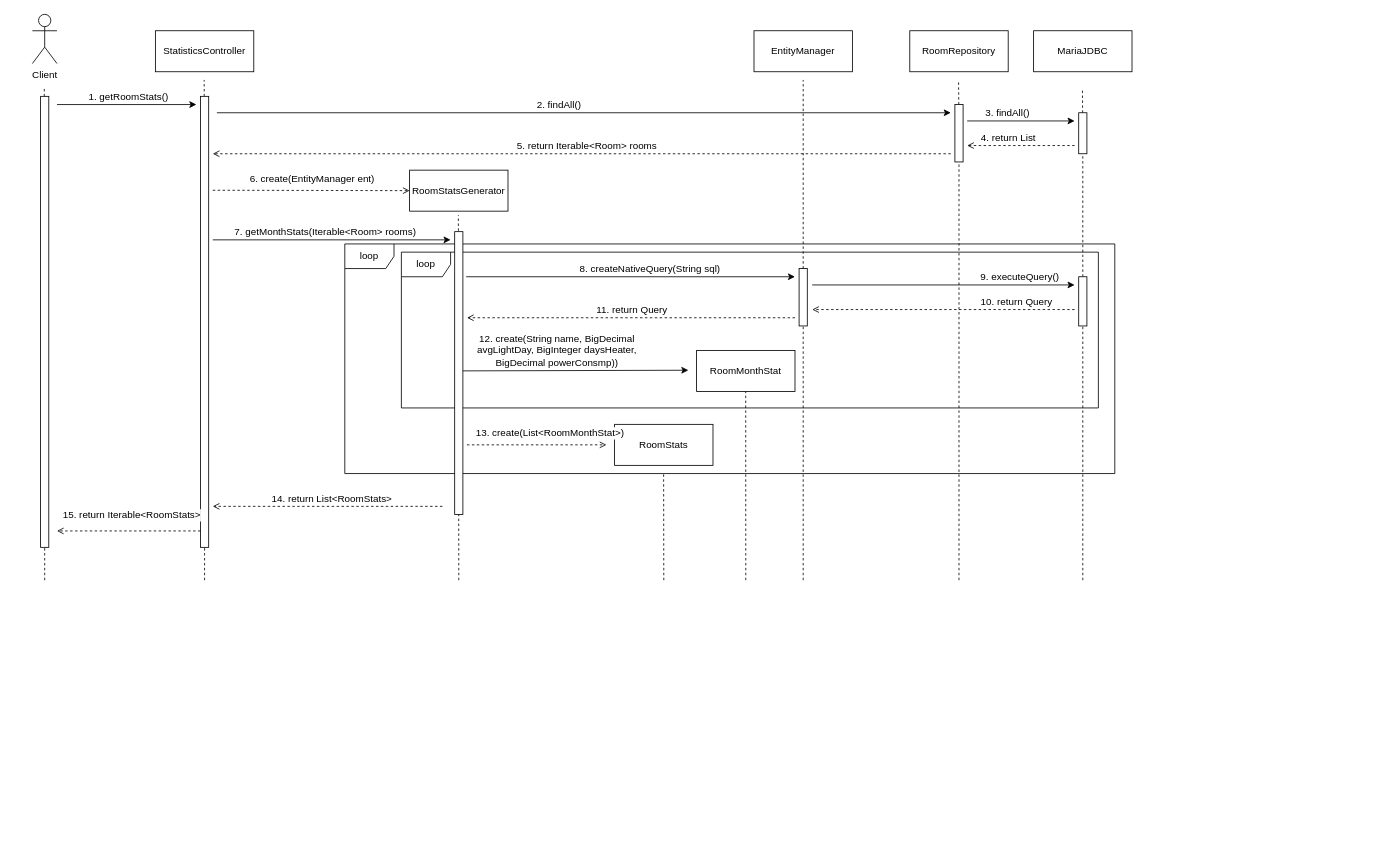
Before: doc/design_sequence_diagram.drawio in torar9/swinz-projekt, a draw.io diagram. Source tidied: cells renumbered, new cells numbered last; positions are measured from the earlier drawing's top-left corner, leaving out a move shared by most shapes. Both pictures are drawn from the tidied source at 82%, with x=0, y=0 at pixel (32, 14).
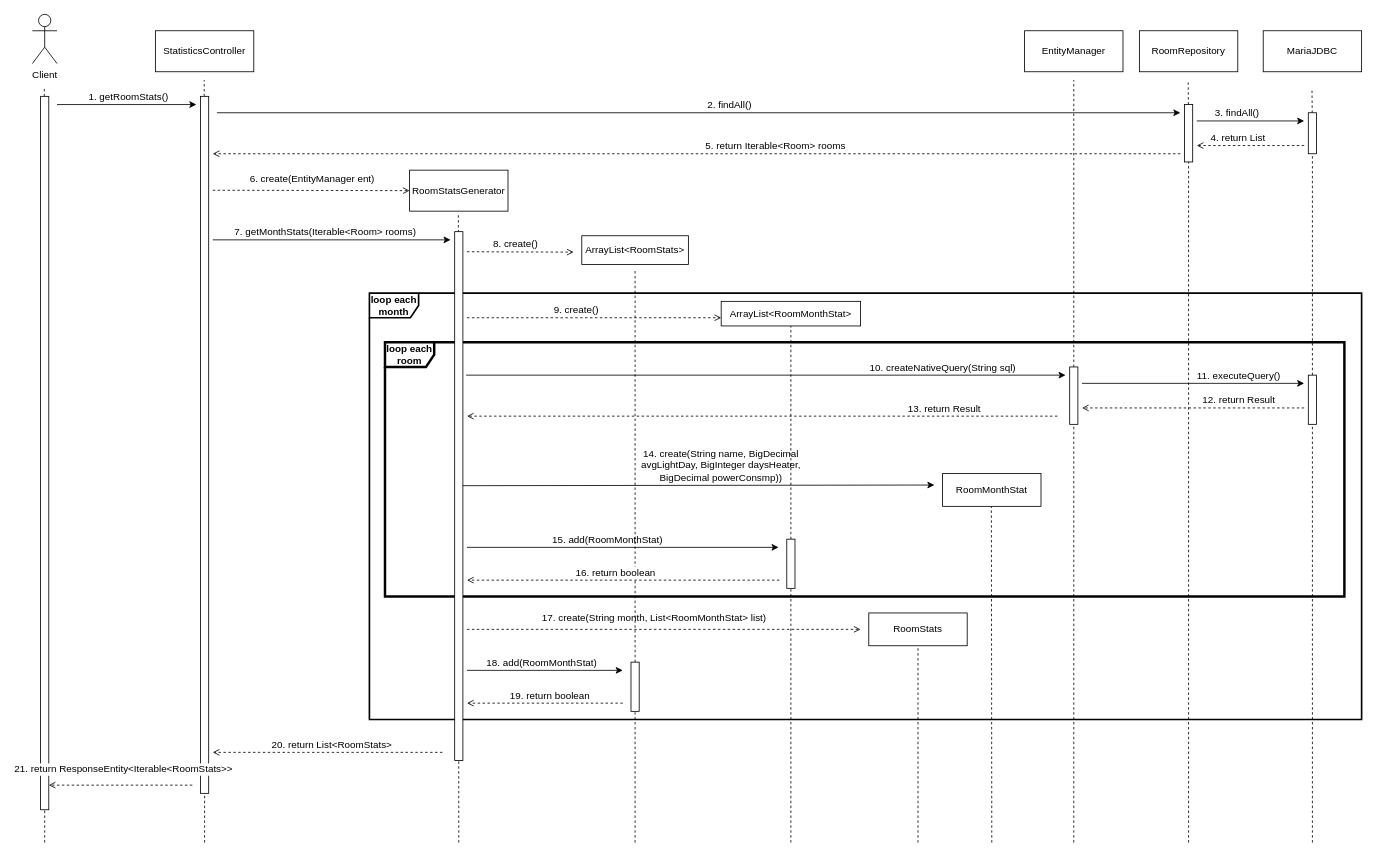
After the change.

Commit message (it also covers changes not shown here):
class diagram changed

Diff of the diagram source:
```diff
@@
+    <mxCell id="3" value="&lt;b&gt;loop each room&lt;/b&gt;" style="shape=umlFrame;whiteSpace=wrap;html=1;strokeWidth=3;" parent="1" vertex="1">
+      <mxGeometry x="430" y="400" width="1170" height="310" as="geometry" />
+    </mxCell>
-    <mxCell id="2" value="loop" style="shape=umlFrame;whiteSpace=wrap;html=1;" parent="1" vertex="1">
-      <mxGeometry x="381" y="280" width="939" height="280" as="geometry" />
+    <mxCell id="2" value="&lt;b&gt;loop each month&lt;/b&gt;" style="shape=umlFrame;whiteSpace=wrap;html=1;strokeWidth=2;" parent="1" vertex="1">
+      <mxGeometry x="411" y="340" width="1210" height="520" as="geometry" />
     </mxCell>
-    <mxCell id="3" value="loop" style="shape=umlFrame;whiteSpace=wrap;html=1;" parent="1" vertex="1">
-      <mxGeometry x="450" y="290" width="850" height="190" as="geometry" />
-    </mxCell>
@@
     <mxCell id="6" style="rounded=0;whiteSpace=wrap;html=1;" parent="1" vertex="1">
-      <mxGeometry x="10" y="100" width="10" height="550" as="geometry" />
+      <mxGeometry x="10" y="100" width="10" height="870" as="geometry" />
     </mxCell>
     <mxCell id="7" style="endArrow=none;dashed=1;html=1;" parent="1" edge="1" target="6">
       <mxGeometry relative="1" as="geometry">
-        <mxPoint x="15" y="690" as="sourcePoint" />
+        <mxPoint x="15" y="1010" as="sourcePoint" />
       </mxGeometry>
     </mxCell>
@@
     <mxCell id="13" style="rounded=0;whiteSpace=wrap;html=1;" parent="1" vertex="1">
-      <mxGeometry x="205" y="100" width="10" height="550" as="geometry" />
+      <mxGeometry x="205" y="100" width="10" height="850" as="geometry" />
     </mxCell>
     <mxCell id="14" style="endArrow=none;dashed=1;html=1;" parent="1" edge="1" target="13">
       <mxGeometry relative="1" as="geometry">
-        <mxPoint x="210" y="690" as="sourcePoint" />
+        <mxPoint x="210" y="1010" as="sourcePoint" />
       </mxGeometry>
     </mxCell>
@@
     <mxCell id="17" value="RoomRepository" style="rounded=0;whiteSpace=wrap;html=1;fontSize=12;" parent="1" vertex="1">
-      <mxGeometry x="1070" y="20" width="120" height="50" as="geometry" />
+      <mxGeometry x="1350" y="20" width="120" height="50" as="geometry" />
     </mxCell>
     <mxCell id="18" style="endArrow=none;dashed=1;html=1;fontSize=12;" parent="1" edge="1">
       <mxGeometry relative="1" as="geometry">
-        <mxPoint x="520" y="690" as="sourcePoint" />
+        <mxPoint x="520" y="1010" as="sourcePoint" />
         <mxPoint x="519.5" y="245" as="targetPoint" />
       </mxGeometry>
     </mxCell>
     <mxCell id="19" style="endArrow=classic;html=1;fontSize=12;" parent="1" edge="1">
       <mxGeometry relative="1" as="geometry">
         <mxPoint x="225" y="120" as="sourcePoint" />
-        <mxPoint x="1120" y="120" as="targetPoint" />
+        <mxPoint x="1400" y="120" as="targetPoint" />
       </mxGeometry>
     </mxCell>
@@
     <mxCell id="21" style="endArrow=none;dashed=1;html=1;" parent="1" edge="1" source="22">
       <mxGeometry relative="1" as="geometry">
-        <mxPoint x="1129.5" y="80" as="targetPoint" />
+        <mxPoint x="1409.5" y="80" as="targetPoint" />
       </mxGeometry>
     </mxCell>
     <mxCell id="22" style="rounded=0;whiteSpace=wrap;html=1;" parent="1" vertex="1">
-      <mxGeometry x="1125" y="110" width="10" height="70" as="geometry" />
+      <mxGeometry x="1405" y="110" width="10" height="70" as="geometry" />
     </mxCell>
     <mxCell id="23" style="endArrow=none;dashed=1;html=1;" parent="1" edge="1" target="22">
       <mxGeometry relative="1" as="geometry">
-        <mxPoint x="1130" y="690" as="sourcePoint" />
+        <mxPoint x="1410" y="1010" as="sourcePoint" />
       </mxGeometry>
     </mxCell>
     <mxCell id="24" style="endArrow=open;dashed=1;html=1;fontSize=12;endFill=0;" parent="1" edge="1">
       <mxGeometry relative="1" as="geometry">
-        <mxPoint x="1120" y="170" as="sourcePoint" />
+        <mxPoint x="1400" y="170" as="sourcePoint" />
         <mxPoint x="220" y="170" as="targetPoint" />
       </mxGeometry>
     </mxCell>
@@
     <mxCell id="26" style="rounded=0;whiteSpace=wrap;html=1;fontSize=12;" parent="1" vertex="1">
-      <mxGeometry x="515" y="265" width="10" height="345" as="geometry" />
+      <mxGeometry x="515" y="265" width="10" height="645" as="geometry" />
     </mxCell>
@@
     <mxCell id="29" value="MariaJDBC" style="rounded=0;whiteSpace=wrap;html=1;fontSize=12;" parent="1" vertex="1">
-      <mxGeometry x="1221" y="20" width="120" height="50" as="geometry" />
+      <mxGeometry x="1501" y="20" width="120" height="50" as="geometry" />
     </mxCell>
     <mxCell id="30" style="endArrow=none;dashed=1;html=1;fontSize=12;" parent="1" edge="1" source="35">
       <mxGeometry relative="1" as="geometry">
-        <mxPoint x="1280.5" y="90" as="targetPoint" />
+        <mxPoint x="1560.5" y="90" as="targetPoint" />
       </mxGeometry>
     </mxCell>
     <mxCell id="31" style="endArrow=classic;html=1;fontSize=12;" parent="1" edge="1">
       <mxGeometry relative="1" as="geometry">
-        <mxPoint x="1140" y="130" as="sourcePoint" />
-        <mxPoint x="1271" y="130" as="targetPoint" />
+        <mxPoint x="1420" y="130" as="sourcePoint" />
+        <mxPoint x="1551" y="130" as="targetPoint" />
       </mxGeometry>
     </mxCell>
@@
     <mxCell id="33" style="endArrow=open;dashed=1;html=1;fontSize=12;endFill=0;" parent="1" edge="1">
       <mxGeometry relative="1" as="geometry">
-        <mxPoint x="1271" y="160" as="sourcePoint" />
-        <mxPoint x="1140" y="160" as="targetPoint" />
+        <mxPoint x="1551" y="160" as="sourcePoint" />
+        <mxPoint x="1420" y="160" as="targetPoint" />
       </mxGeometry>
     </mxCell>
@@
     <mxCell id="35" style="rounded=0;whiteSpace=wrap;html=1;fontSize=12;" parent="1" vertex="1">
-      <mxGeometry x="1276" y="120" width="10" height="50" as="geometry" />
+      <mxGeometry x="1556" y="120" width="10" height="50" as="geometry" />
     </mxCell>
@@
     <mxCell id="37" value="EntityManager" style="rounded=0;whiteSpace=wrap;html=1;fontSize=12;" parent="1" vertex="1">
-      <mxGeometry x="880" y="20" width="120" height="50" as="geometry" />
+      <mxGeometry x="1210" y="20" width="120" height="50" as="geometry" />
     </mxCell>
     <mxCell id="38" style="endArrow=classic;html=1;fontSize=12;" parent="1" edge="1">
       <mxGeometry relative="1" as="geometry">
-        <mxPoint x="529" y="320" as="sourcePoint" />
-        <mxPoint x="930" y="320" as="targetPoint" />
+        <mxPoint x="529" y="440" as="sourcePoint" />
+        <mxPoint x="1260" y="440" as="targetPoint" />
       </mxGeometry>
     </mxCell>
-    <mxCell id="39" value="8. createNativeQuery(String sql)" style="edgeLabel;html=1;align=center;verticalAlign=middle;fontSize=12;" parent="38" vertex="1">
+    <mxCell id="39" value="10. createNativeQuery(String sql)" style="edgeLabel;html=1;align=center;verticalAlign=middle;fontSize=12;" parent="38" vertex="1">
       <mxGeometry x="0.24" y="3" relative="1" as="geometry">
-        <mxPoint x="-26" y="-7" as="offset" />
+        <mxPoint x="127" y="-7" as="offset" />
       </mxGeometry>
     </mxCell>
     <mxCell id="40" style="rounded=0;whiteSpace=wrap;html=1;fontSize=12;" parent="1" vertex="1">
-      <mxGeometry x="1276" y="320" width="10" height="60" as="geometry" />
+      <mxGeometry x="1556" y="440" width="10" height="60" as="geometry" />
     </mxCell>
     <mxCell id="41" style="endArrow=none;dashed=1;html=1;fontSize=12;" parent="1" edge="1" target="40">
       <mxGeometry relative="1" as="geometry">
-        <mxPoint x="1281" y="690" as="sourcePoint" />
+        <mxPoint x="1561" y="1010" as="sourcePoint" />
       </mxGeometry>
     </mxCell>
     <mxCell id="42" style="endArrow=classic;html=1;fontSize=12;" parent="1" edge="1">
       <mxGeometry relative="1" as="geometry">
-        <mxPoint x="951" y="330" as="sourcePoint" />
-        <mxPoint x="1271" y="330" as="targetPoint" />
+        <mxPoint x="1280" y="450" as="sourcePoint" />
+        <mxPoint x="1551" y="450" as="targetPoint" />
       </mxGeometry>
     </mxCell>
-    <mxCell id="43" value="9. executeQuery()" style="edgeLabel;html=1;align=center;verticalAlign=middle;fontSize=12;" parent="42" vertex="1">
+    <mxCell id="43" value="11. executeQuery()" style="edgeLabel;html=1;align=center;verticalAlign=middle;fontSize=12;" parent="42" vertex="1">
       <mxGeometry x="0.24" y="3" relative="1" as="geometry">
-        <mxPoint x="54" y="-7" as="offset" />
+        <mxPoint x="22" y="-7" as="offset" />
       </mxGeometry>
     </mxCell>
     <mxCell id="44" style="endArrow=open;dashed=1;html=1;fontSize=12;endFill=0;" parent="1" edge="1">
       <mxGeometry relative="1" as="geometry">
-        <mxPoint x="1271" y="360" as="sourcePoint" />
-        <mxPoint x="951" y="360" as="targetPoint" />
+        <mxPoint x="1551" y="480" as="sourcePoint" />
+        <mxPoint x="1280" y="480" as="targetPoint" />
       </mxGeometry>
     </mxCell>
-    <mxCell id="45" value="10. return Query" style="edgeLabel;html=1;align=center;verticalAlign=middle;fontSize=12;" parent="44" vertex="1">
+    <mxCell id="45" value="12. return Result" style="edgeLabel;html=1;align=center;verticalAlign=middle;fontSize=12;" parent="44" vertex="1">
       <mxGeometry x="-0.64" y="1" relative="1" as="geometry">
-        <mxPoint x="-13.4" y="-11" as="offset" />
+        <mxPoint x="-32" y="-11" as="offset" />
       </mxGeometry>
     </mxCell>
     <mxCell id="46" style="endArrow=open;dashed=1;html=1;fontSize=12;endFill=0;" parent="1" edge="1">
       <mxGeometry relative="1" as="geometry">
-        <mxPoint x="930" y="370" as="sourcePoint" />
-        <mxPoint x="530" y="370" as="targetPoint" />
+        <mxPoint x="1250" y="490" as="sourcePoint" />
+        <mxPoint x="530" y="490" as="targetPoint" />
       </mxGeometry>
     </mxCell>
-    <mxCell id="47" value="11. return Query" style="edgeLabel;html=1;align=center;verticalAlign=middle;fontSize=12;" parent="46" vertex="1">
+    <mxCell id="47" value="13. return Result" style="edgeLabel;html=1;align=center;verticalAlign=middle;fontSize=12;" parent="46" vertex="1">
       <mxGeometry x="-0.64" y="1" relative="1" as="geometry">
-        <mxPoint x="-127.1" y="-11" as="offset" />
+        <mxPoint x="-9" y="-11" as="offset" />
       </mxGeometry>
     </mxCell>
     <mxCell id="48" value="RoomMonthStat" style="rounded=0;whiteSpace=wrap;html=1;fontSize=12;" parent="1" vertex="1">
-      <mxGeometry x="810" y="410" width="120" height="50" as="geometry" />
+      <mxGeometry x="1110" y="560" width="120" height="40" as="geometry" />
     </mxCell>
     <mxCell id="49" style="endArrow=none;dashed=1;html=1;fontSize=12;" parent="1" edge="1">
       <mxGeometry relative="1" as="geometry">
-        <mxPoint x="870" y="690" as="sourcePoint" />
-        <mxPoint x="869.9" y="460" as="targetPoint" />
+        <mxPoint x="1170" y="1010" as="sourcePoint" />
+        <mxPoint x="1169.5" y="600" as="targetPoint" />
       </mxGeometry>
     </mxCell>
     <mxCell id="50" style="endArrow=classic;html=1;" parent="1" edge="1">
       <mxGeometry relative="1" as="geometry">
-        <mxPoint x="525" y="434.8" as="sourcePoint" />
-        <mxPoint x="800" y="434" as="targetPoint" />
+        <mxPoint x="525" y="574.8" as="sourcePoint" />
+        <mxPoint x="1100" y="574" as="targetPoint" />
       </mxGeometry>
     </mxCell>
-    <mxCell id="51" value="&lt;span style=&quot;color: rgb(0 , 0 , 0) ; font-family: &amp;#34;helvetica&amp;#34; ; font-size: 12px ; font-style: normal ; font-weight: 400 ; letter-spacing: normal ; text-align: center ; text-indent: 0px ; text-transform: none ; word-spacing: 0px ; background-color: rgb(255 , 255 , 255) ; float: none ; display: inline&quot;&gt;12. create(String name, BigDecimal avgLightDay, BigInteger daysHeater, BigDecimal powerConsmp))&lt;/span&gt;" style="text;html=1;strokeColor=none;fillColor=none;align=center;verticalAlign=middle;whiteSpace=wrap;rounded=0;" parent="1" vertex="1">
-      <mxGeometry x="540" y="400" width="200" height="20" as="geometry" />
+    <mxCell id="51" value="&lt;span style=&quot;color: rgb(0 , 0 , 0) ; font-family: &amp;#34;helvetica&amp;#34; ; font-size: 12px ; font-style: normal ; font-weight: 400 ; letter-spacing: normal ; text-align: center ; text-indent: 0px ; text-transform: none ; word-spacing: 0px ; background-color: rgb(255 , 255 , 255) ; float: none ; display: inline&quot;&gt;14. create(String name, BigDecimal avgLightDay, BigInteger daysHeater, BigDecimal powerConsmp))&lt;/span&gt;" style="text;html=1;strokeColor=none;fillColor=none;align=center;verticalAlign=middle;whiteSpace=wrap;rounded=0;" parent="1" vertex="1">
+      <mxGeometry x="740" y="540" width="200" height="20" as="geometry" />
     </mxCell>
     <mxCell id="52" style="rounded=0;whiteSpace=wrap;html=1;fontSize=12;" parent="1" vertex="1">
-      <mxGeometry x="935" y="310" width="10" height="70" as="geometry" />
+      <mxGeometry x="1265" y="430" width="10" height="70" as="geometry" />
     </mxCell>
     <mxCell id="53" style="endArrow=none;dashed=1;html=1;fontSize=12;" parent="1" edge="1" target="52">
       <mxGeometry relative="1" as="geometry">
-        <mxPoint x="940" y="690" as="sourcePoint" />
+        <mxPoint x="1270" y="1010" as="sourcePoint" />
       </mxGeometry>
     </mxCell>
     <mxCell id="54" style="endArrow=none;dashed=1;html=1;fontSize=12;" parent="1" edge="1" source="52">
       <mxGeometry relative="1" as="geometry">
-        <mxPoint x="940" y="80" as="targetPoint" />
+        <mxPoint x="1270" y="80" as="targetPoint" />
       </mxGeometry>
     </mxCell>
     <mxCell id="55" value="RoomStats" style="rounded=0;whiteSpace=wrap;html=1;fontSize=12;" parent="1" vertex="1">
-      <mxGeometry x="710" y="500" width="120" height="50" as="geometry" />
+      <mxGeometry x="1020" y="730" width="120" height="40" as="geometry" />
     </mxCell>
     <mxCell id="56" style="endArrow=open;dashed=1;html=1;fontSize=12;endFill=0;" parent="1" edge="1">
       <mxGeometry relative="1" as="geometry">
-        <mxPoint x="530" y="525" as="sourcePoint" />
-        <mxPoint x="700" y="525" as="targetPoint" />
+        <mxPoint x="530" y="750" as="sourcePoint" />
+        <mxPoint x="1010" y="750" as="targetPoint" />
       </mxGeometry>
     </mxCell>
-    <mxCell id="57" value="13. create(List&amp;lt;RoomMonthStat&amp;gt;)" style="edgeLabel;html=1;align=center;verticalAlign=middle;fontSize=12;" parent="56" vertex="1">
+    <mxCell id="57" value="17. create(String month, List&amp;lt;RoomMonthStat&amp;gt; list)" style="edgeLabel;html=1;align=center;verticalAlign=middle;fontSize=12;" parent="56" vertex="1">
       <mxGeometry x="-0.18" y="2" relative="1" as="geometry">
         <mxPoint x="30.6" y="-12.7" as="offset" />
       </mxGeometry>
     </mxCell>
-    <mxCell id="58" style="endArrow=none;dashed=1;html=1;fontSize=12;" parent="1" edge="1">
+    <mxCell id="58" style="endArrow=none;dashed=1;html=1;fontSize=12;entryX=0.5;entryY=1;entryDx=0;entryDy=0;" parent="1" edge="1" target="55">
       <mxGeometry relative="1" as="geometry">
-        <mxPoint x="770" y="690" as="sourcePoint" />
-        <mxPoint x="769.8" y="560" as="targetPoint" />
+        <mxPoint x="1080" y="1010" as="sourcePoint" />
       </mxGeometry>
     </mxCell>
     <mxCell id="59" style="endArrow=open;dashed=1;html=1;fontSize=12;endFill=0;" parent="1" edge="1">
       <mxGeometry relative="1" as="geometry">
-        <mxPoint x="500" y="600" as="sourcePoint" />
-        <mxPoint x="220" y="600" as="targetPoint" />
+        <mxPoint x="500" y="900" as="sourcePoint" />
+        <mxPoint x="220" y="900" as="targetPoint" />
       </mxGeometry>
     </mxCell>
@@
-    <mxCell id="61" value="&lt;font style=&quot;font-size: 12px&quot;&gt;14. return List&amp;lt;RoomStats&amp;gt;&lt;/font&gt;" style="edgeLabel;html=1;align=center;verticalAlign=middle;fontSize=12;" parent="59" vertex="1">
+    <mxCell id="61" value="&lt;font style=&quot;font-size: 12px&quot;&gt;20. return List&amp;lt;RoomStats&amp;gt;&lt;/font&gt;" style="edgeLabel;html=1;align=center;verticalAlign=middle;fontSize=12;" parent="59" vertex="1">
       <mxGeometry x="-0.16" y="1" relative="1" as="geometry">
         <mxPoint x="-17.6" y="-11" as="offset" />
       </mxGeometry>
     </mxCell>
     <mxCell id="62" style="endArrow=open;dashed=1;html=1;fontSize=12;endFill=0;" parent="1" edge="1">
       <mxGeometry relative="1" as="geometry">
-        <mxPoint x="205" y="630" as="sourcePoint" />
-        <mxPoint x="30" y="630" as="targetPoint" />
+        <mxPoint x="195" y="940" as="sourcePoint" />
+        <mxPoint x="20" y="940" as="targetPoint" />
       </mxGeometry>
     </mxCell>
@@
-    <mxCell id="64" value="&lt;font style=&quot;font-size: 12px&quot;&gt;15. return Iterable&amp;lt;RoomStats&amp;gt;&lt;/font&gt;" style="edgeLabel;html=1;align=center;verticalAlign=middle;fontSize=12;" parent="62" vertex="1">
+    <mxCell id="64" value="&lt;font style=&quot;font-size: 12px&quot;&gt;21. return ResponseEntity&amp;lt;Iterable&amp;lt;RoomStats&amp;gt;&amp;gt;&lt;/font&gt;" style="edgeLabel;html=1;align=center;verticalAlign=middle;fontSize=12;" parent="62" vertex="1">
       <mxGeometry x="-0.16" y="1" relative="1" as="geometry">
         <mxPoint x="-11" y="-21" as="offset" />
       </mxGeometry>
     </mxCell>
+    <mxCell id="65" value="ArrayList&amp;lt;RoomMonthStat&amp;gt;" style="rounded=0;whiteSpace=wrap;html=1;" parent="1" vertex="1">
+      <mxGeometry x="840" y="350" width="170" height="30" as="geometry" />
+    </mxCell>
+    <mxCell id="66" style="endArrow=none;dashed=1;html=1;fontSize=12;entryX=0.5;entryY=1;entryDx=0;entryDy=0;" parent="1" edge="1" source="71" target="65">
+      <mxGeometry relative="1" as="geometry" />
+    </mxCell>
+    <mxCell id="67" style="endArrow=open;dashed=1;html=1;fontSize=12;endFill=0;" parent="1" edge="1">
+      <mxGeometry relative="1" as="geometry">
+        <mxPoint x="530" y="370" as="sourcePoint" />
+        <mxPoint x="840" y="370" as="targetPoint" />
+      </mxGeometry>
+    </mxCell>
+    <mxCell id="68" value="9. create()" style="edgeLabel;html=1;align=center;verticalAlign=middle;fontSize=12;" parent="67" vertex="1">
+      <mxGeometry x="-0.18" y="2" relative="1" as="geometry">
+        <mxPoint x="5" y="-8" as="offset" />
+      </mxGeometry>
+    </mxCell>
+    <mxCell id="69" style="endArrow=classic;html=1;fontSize=12;" parent="1" edge="1">
+      <mxGeometry relative="1" as="geometry">
+        <mxPoint x="530" y="650" as="sourcePoint" />
+        <mxPoint x="910" y="650" as="targetPoint" />
+      </mxGeometry>
+    </mxCell>
+    <mxCell id="70" value="15. add(RoomMonthStat)" style="edgeLabel;html=1;align=center;verticalAlign=middle;fontSize=12;" parent="69" vertex="1">
+      <mxGeometry x="0.24" y="3" relative="1" as="geometry">
+        <mxPoint x="-66" y="-7" as="offset" />
+      </mxGeometry>
+    </mxCell>
+    <mxCell id="71" style="rounded=0;whiteSpace=wrap;html=1;fontSize=12;" parent="1" vertex="1">
+      <mxGeometry x="920" y="640" width="10" height="60" as="geometry" />
+    </mxCell>
+    <mxCell id="72" style="endArrow=none;dashed=1;html=1;fontSize=12;entryX=0.5;entryY=1;entryDx=0;entryDy=0;" parent="1" edge="1" target="71">
+      <mxGeometry relative="1" as="geometry">
+        <mxPoint x="925" y="1010" as="sourcePoint" />
+      </mxGeometry>
+    </mxCell>
+    <mxCell id="73" value="ArrayList&amp;lt;RoomStats&amp;gt;" style="rounded=0;whiteSpace=wrap;html=1;" parent="1" vertex="1">
+      <mxGeometry x="670" y="270" width="130" height="35" as="geometry" />
+    </mxCell>
+    <mxCell id="74" style="endArrow=open;dashed=1;html=1;fontSize=12;endFill=0;" parent="1" edge="1">
+      <mxGeometry relative="1" as="geometry">
+        <mxPoint x="530" y="289.5" as="sourcePoint" />
+        <mxPoint x="660" y="290" as="targetPoint" />
+      </mxGeometry>
+    </mxCell>
+    <mxCell id="75" value="8. create()" style="edgeLabel;html=1;align=center;verticalAlign=middle;fontSize=12;" parent="74" vertex="1">
+      <mxGeometry x="-0.18" y="2" relative="1" as="geometry">
+        <mxPoint x="5" y="-8" as="offset" />
+      </mxGeometry>
+    </mxCell>
+    <mxCell id="76" style="endArrow=none;dashed=1;html=1;fontSize=12;entryX=0.5;entryY=1;entryDx=0;entryDy=0;" parent="1" edge="1" source="83">
+      <mxGeometry relative="1" as="geometry">
+        <mxPoint x="735" y="310" as="targetPoint" />
+      </mxGeometry>
+    </mxCell>
+    <mxCell id="77" style="endArrow=open;dashed=1;html=1;fontSize=12;endFill=0;" parent="1" edge="1">
+      <mxGeometry relative="1" as="geometry">
+        <mxPoint x="911" y="690" as="sourcePoint" />
+        <mxPoint x="530" y="690" as="targetPoint" />
+      </mxGeometry>
+    </mxCell>
+    <mxCell id="78" value="16. return boolean" style="edgeLabel;html=1;align=center;verticalAlign=middle;fontSize=12;" parent="77" vertex="1">
+      <mxGeometry x="-0.64" y="1" relative="1" as="geometry">
+        <mxPoint x="-132" y="-11" as="offset" />
+      </mxGeometry>
+    </mxCell>
+    <mxCell id="79" style="endArrow=classic;html=1;fontSize=12;" parent="1" edge="1">
+      <mxGeometry relative="1" as="geometry">
+        <mxPoint x="530" y="800" as="sourcePoint" />
+        <mxPoint x="720" y="800" as="targetPoint" />
+      </mxGeometry>
+    </mxCell>
+    <mxCell id="80" value="18. add(RoomMonthStat)" style="edgeLabel;html=1;align=center;verticalAlign=middle;fontSize=12;" parent="79" vertex="1">
+      <mxGeometry x="0.24" y="3" relative="1" as="geometry">
+        <mxPoint x="-28" y="-7" as="offset" />
+      </mxGeometry>
+    </mxCell>
+    <mxCell id="81" style="endArrow=open;dashed=1;html=1;fontSize=12;endFill=0;" parent="1" edge="1">
+      <mxGeometry relative="1" as="geometry">
+        <mxPoint x="720" y="840" as="sourcePoint" />
+        <mxPoint x="530" y="840" as="targetPoint" />
+      </mxGeometry>
+    </mxCell>
+    <mxCell id="82" value="19. return boolean" style="edgeLabel;html=1;align=center;verticalAlign=middle;fontSize=12;" parent="81" vertex="1">
+      <mxGeometry x="-0.64" y="1" relative="1" as="geometry">
+        <mxPoint x="-56" y="-11" as="offset" />
+      </mxGeometry>
+    </mxCell>
+    <mxCell id="83" style="rounded=0;whiteSpace=wrap;html=1;fontSize=12;" parent="1" vertex="1">
+      <mxGeometry x="730" y="790" width="10" height="60" as="geometry" />
+    </mxCell>
+    <mxCell id="84" style="endArrow=none;dashed=1;html=1;fontSize=12;entryX=0.5;entryY=1;entryDx=0;entryDy=0;" parent="1" edge="1" target="83">
+      <mxGeometry relative="1" as="geometry">
+        <mxPoint x="735" y="1010" as="sourcePoint" />
+      </mxGeometry>
+    </mxCell>
```
